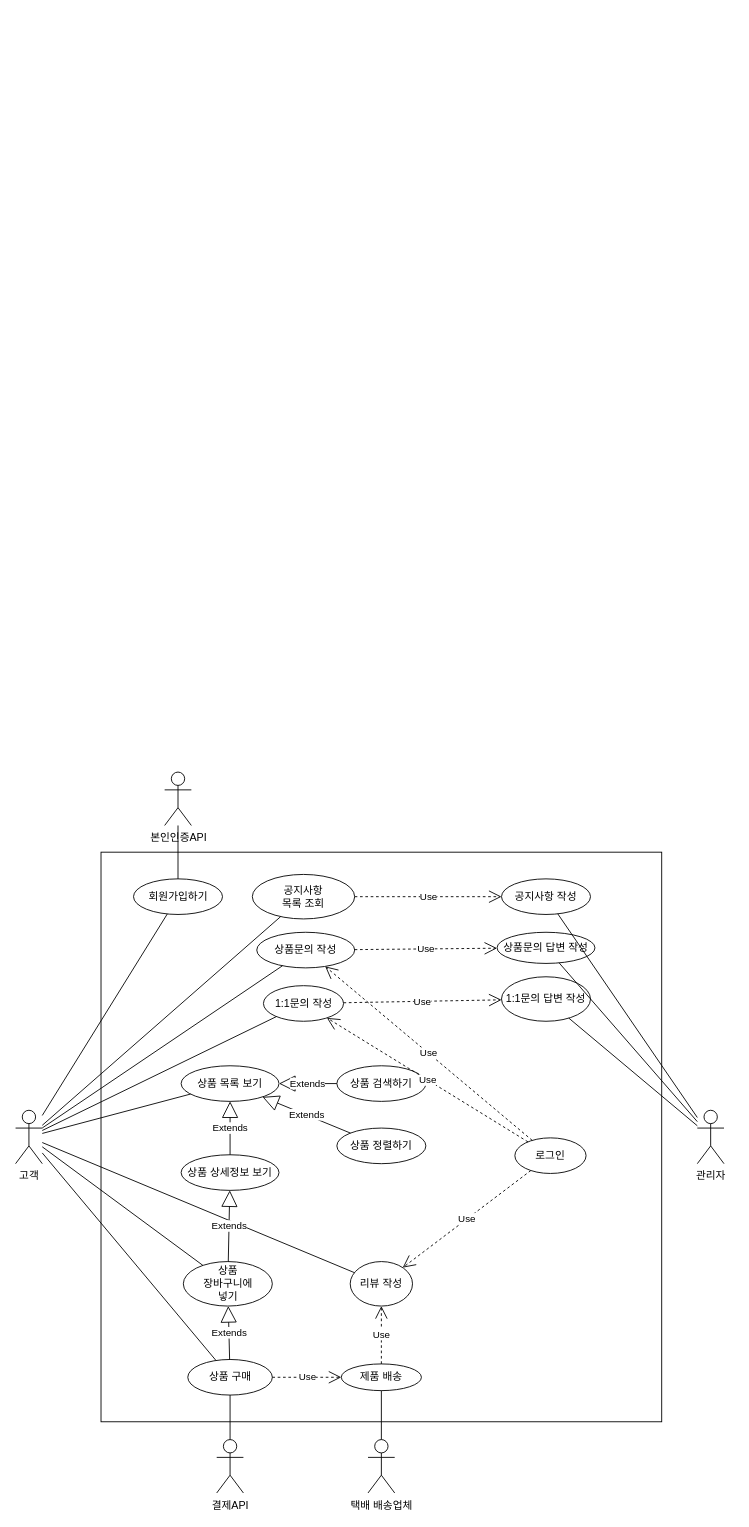
ostrichick/MaruProject keeps this draw.io diagram as 3.DB설계/유즈케이스 다이어그램.drawio. Above is the earlier version. Source tidied: cells renumbered, new cells numbered last; positions are measured from the earlier drawing's top-left corner, leaving out a move shared by most shapes. Both pictures are drawn from the tidied source at 89%, with x=0, y=0 at pixel (15, 772).
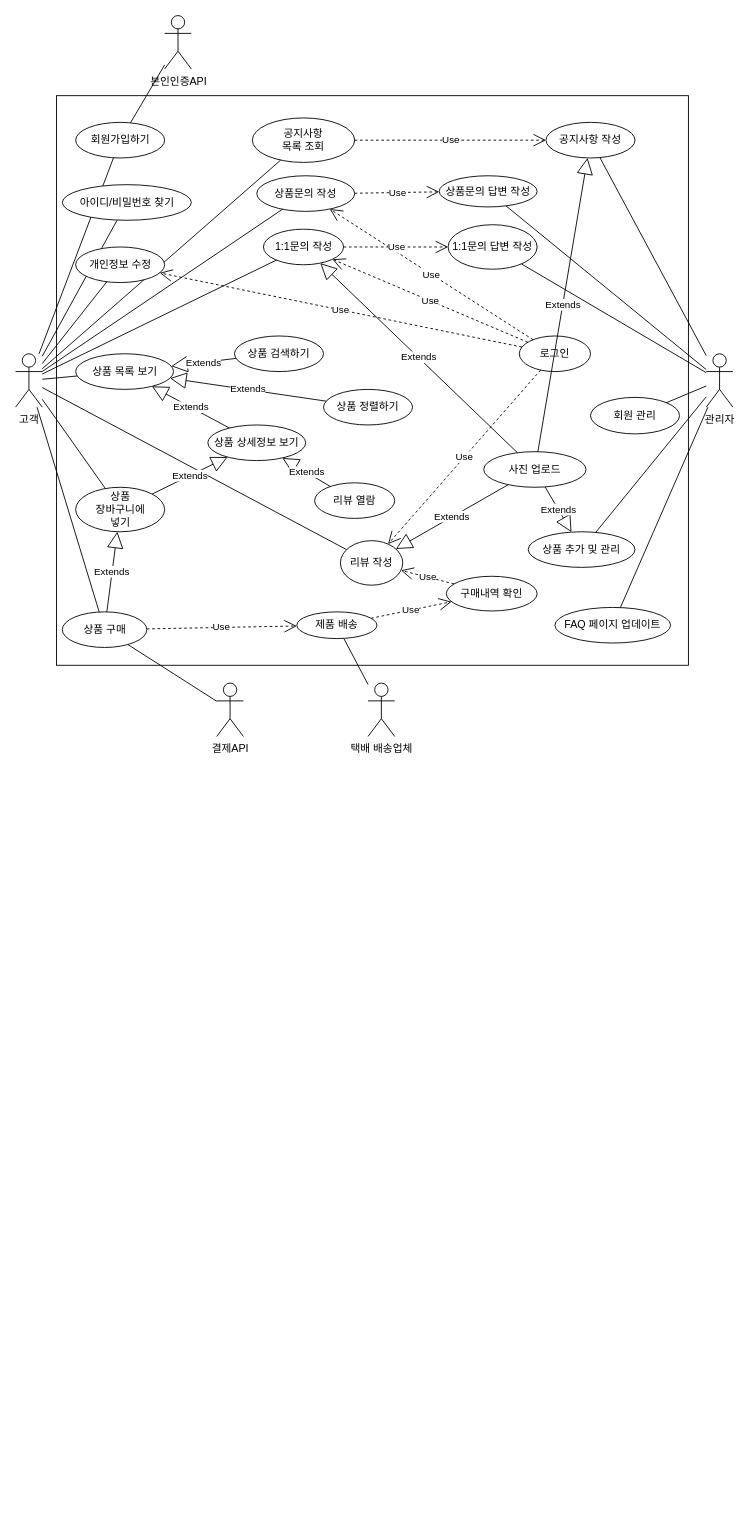
The same diagram, later.

Commit message:
유즈케이스 다이어그램.drawio 업데이트

What changed in the source:
```diff
@@
     <mxCell id="2" value="고객" style="shape=umlActor;verticalLabelPosition=bottom;verticalAlign=top;html=1;outlineConnect=0;" parent="1" vertex="1">
-      <mxGeometry y="380" width="30" height="60" as="geometry" />
+      <mxGeometry y="-470" width="30" height="60" as="geometry" />
     </mxCell>
     <mxCell id="3" value="관리자" style="shape=umlActor;verticalLabelPosition=bottom;verticalAlign=top;html=1;outlineConnect=0;" parent="1" vertex="1">
-      <mxGeometry x="766" y="380" width="30" height="60" as="geometry" />
+      <mxGeometry x="776" y="-470" width="30" height="60" as="geometry" />
     </mxCell>
     <mxCell id="4" value="결제API" style="shape=umlActor;verticalLabelPosition=bottom;verticalAlign=top;html=1;outlineConnect=0;" parent="1" vertex="1">
-      <mxGeometry x="226" y="750" width="30" height="60" as="geometry" />
+      <mxGeometry x="226" y="-100" width="30" height="60" as="geometry" />
     </mxCell>
     <mxCell id="5" value="본인인증API" style="shape=umlActor;verticalLabelPosition=bottom;verticalAlign=top;html=1;outlineConnect=0;" parent="1" vertex="1">
-      <mxGeometry x="167.5" width="30" height="60" as="geometry" />
+      <mxGeometry x="167.5" y="-850" width="30" height="60" as="geometry" />
     </mxCell>
     <mxCell id="6" style="rounded=0;whiteSpace=wrap;html=1;" parent="1" vertex="1">
-      <mxGeometry x="96" y="90" width="630" height="640" as="geometry" />
+      <mxGeometry x="46" y="-760" width="710" height="640" as="geometry" />
     </mxCell>
     <mxCell id="7" value="상품 상세정보 보기" style="ellipse;whiteSpace=wrap;html=1;" parent="1" vertex="1">
-      <mxGeometry x="186" y="430" width="110" height="40" as="geometry" />
+      <mxGeometry x="216" y="-390" width="110" height="40" as="geometry" />
     </mxCell>
     <mxCell id="8" value="상품 검색하기" style="ellipse;whiteSpace=wrap;html=1;" parent="1" vertex="1">
-      <mxGeometry x="361" y="330" width="100" height="40" as="geometry" />
+      <mxGeometry x="246" y="-490" width="100" height="40" as="geometry" />
     </mxCell>
     <mxCell id="9" value="상품 정렬하기" style="ellipse;whiteSpace=wrap;html=1;" parent="1" vertex="1">
-      <mxGeometry x="361" y="400" width="100" height="40" as="geometry" />
+      <mxGeometry x="346" y="-430" width="100" height="40" as="geometry" />
     </mxCell>
     <mxCell id="10" value="상품&lt;br&gt;장바구니에&lt;br&gt;넣기" style="ellipse;whiteSpace=wrap;html=1;" parent="1" vertex="1">
-      <mxGeometry x="188.5" y="550" width="100" height="50" as="geometry" />
+      <mxGeometry x="67.5" y="-320" width="100" height="50" as="geometry" />
     </mxCell>
     <mxCell id="11" value="회원가입하기" style="ellipse;whiteSpace=wrap;html=1;" parent="1" vertex="1">
-      <mxGeometry x="132.5" y="120" width="100" height="40" as="geometry" />
+      <mxGeometry x="67.5" y="-730" width="100" height="40" as="geometry" />
     </mxCell>
     <mxCell id="12" value="로그인" style="ellipse;whiteSpace=wrap;html=1;" parent="1" vertex="1">
-      <mxGeometry x="561" y="411" width="80" height="40" as="geometry" />
+      <mxGeometry x="566" y="-490" width="80" height="40" as="geometry" />
     </mxCell>
@@
     <mxCell id="15" value="상품 구매" style="ellipse;whiteSpace=wrap;html=1;" parent="1" vertex="1">
-      <mxGeometry x="193.5" y="660" width="95" height="40" as="geometry" />
+      <mxGeometry x="52.5" y="-180" width="95" height="40" as="geometry" />
     </mxCell>
@@
     <mxCell id="17" value="공지사항 작성" style="ellipse;whiteSpace=wrap;html=1;" parent="1" vertex="1">
-      <mxGeometry x="546" y="120" width="100" height="40" as="geometry" />
+      <mxGeometry x="596" y="-730" width="100" height="40" as="geometry" />
     </mxCell>
     <mxCell id="18" value="리뷰 작성" style="ellipse;whiteSpace=wrap;html=1;" parent="1" vertex="1">
-      <mxGeometry x="376" y="550" width="70" height="50" as="geometry" />
+      <mxGeometry x="365" y="-260" width="70" height="50" as="geometry" />
     </mxCell>
     <mxCell id="19" value="상품문의 작성" style="ellipse;whiteSpace=wrap;html=1;" parent="1" vertex="1">
-      <mxGeometry x="271" y="180" width="110" height="40" as="geometry" />
+      <mxGeometry x="271" y="-670" width="110" height="40" as="geometry" />
     </mxCell>
     <mxCell id="20" value="1:1문의 작성" style="ellipse;whiteSpace=wrap;html=1;" parent="1" vertex="1">
-      <mxGeometry x="278.5" y="240" width="90" height="40" as="geometry" />
+      <mxGeometry x="278.5" y="-610" width="90" height="40" as="geometry" />
     </mxCell>
     <mxCell id="21" value="상품문의 답변 작성" style="ellipse;whiteSpace=wrap;html=1;" parent="1" vertex="1">
-      <mxGeometry x="541" y="180" width="110" height="35" as="geometry" />
+      <mxGeometry x="476" y="-670" width="110" height="35" as="geometry" />
     </mxCell>
     <mxCell id="22" value="1:1문의 답변 작성" style="ellipse;whiteSpace=wrap;html=1;" parent="1" vertex="1">
-      <mxGeometry x="546" y="230" width="100" height="50" as="geometry" />
+      <mxGeometry x="486" y="-615" width="100" height="50" as="geometry" />
     </mxCell>
@@
     <mxCell id="30" value="상품 목록 보기" style="ellipse;whiteSpace=wrap;html=1;" parent="1" vertex="1">
-      <mxGeometry x="186" y="330" width="110" height="40" as="geometry" />
+      <mxGeometry x="67.5" y="-470" width="110" height="40" as="geometry" />
     </mxCell>
@@
-    <mxCell id="42" value="Use" style="endArrow=open;endSize=12;dashed=1;html=1;rounded=0;" parent="1" edge="1" source="46" target="18">
+    <mxCell id="42" value="Use" style="endArrow=open;endSize=12;dashed=1;html=1;rounded=0;" parent="1" edge="1" source="46" target="64">
       <mxGeometry relative="1" as="geometry" />
     </mxCell>
     <mxCell id="43" value="공지사항 &lt;br&gt;목록 조회" style="ellipse;whiteSpace=wrap;html=1;" parent="1" vertex="1">
-      <mxGeometry x="266" y="115" width="115" height="50" as="geometry" />
+      <mxGeometry x="266" y="-735" width="115" height="50" as="geometry" />
     </mxCell>
@@
     <mxCell id="46" value="제품 배송" style="ellipse;whiteSpace=wrap;html=1;" parent="1" vertex="1">
-      <mxGeometry x="366" y="665" width="90" height="30" as="geometry" />
+      <mxGeometry x="316" y="-180" width="90" height="30" as="geometry" />
     </mxCell>
@@
     <mxCell id="49" value="택배 배송업체" style="shape=umlActor;verticalLabelPosition=bottom;verticalAlign=top;html=1;" parent="1" vertex="1">
-      <mxGeometry x="396" y="750" width="30" height="60" as="geometry" />
+      <mxGeometry x="396" y="-100" width="30" height="60" as="geometry" />
     </mxCell>
@@
+    <mxCell id="51" value="아이디/비밀번호 찾기" style="ellipse;whiteSpace=wrap;html=1;" parent="1" vertex="1">
+      <mxGeometry x="52.5" y="-660" width="145" height="40" as="geometry" />
+    </mxCell>
+    <mxCell id="52" style="endArrow=none;html=1;rounded=0;" parent="1" edge="1" source="2" target="51">
+      <mxGeometry relative="1" as="geometry" />
+    </mxCell>
+    <mxCell id="53" value="리뷰 열람" style="ellipse;whiteSpace=wrap;html=1;" parent="1" vertex="1">
+      <mxGeometry x="336" y="-325" width="90" height="40" as="geometry" />
+    </mxCell>
+    <mxCell id="54" value="Extends" style="endArrow=block;endSize=16;endFill=0;html=1;rounded=0;" parent="1" edge="1" source="53" target="7">
+      <mxGeometry relative="1" as="geometry" />
+    </mxCell>
+    <mxCell id="55" value="개인정보 수정" style="ellipse;whiteSpace=wrap;html=1;" parent="1" vertex="1">
+      <mxGeometry x="67.5" y="-590" width="100" height="40" as="geometry" />
+    </mxCell>
+    <mxCell id="56" style="endArrow=none;html=1;rounded=0;" parent="1" edge="1" source="2" target="55">
+      <mxGeometry relative="1" as="geometry" />
+    </mxCell>
+    <mxCell id="57" value="Use" style="endArrow=open;endSize=12;dashed=1;html=1;rounded=0;" parent="1" edge="1" source="12" target="55">
+      <mxGeometry relative="1" as="geometry" />
+    </mxCell>
+    <mxCell id="58" value="사진 업로드" style="ellipse;whiteSpace=wrap;html=1;" parent="1" vertex="1">
+      <mxGeometry x="526" y="-360" width="115" height="40" as="geometry" />
+    </mxCell>
+    <mxCell id="59" value="Extends" style="endArrow=block;endSize=16;endFill=0;html=1;rounded=0;" parent="1" edge="1" source="58" target="20">
+      <mxGeometry relative="1" as="geometry" />
+    </mxCell>
+    <mxCell id="60" value="Extends" style="endArrow=block;endSize=16;endFill=0;html=1;rounded=0;" parent="1" edge="1" source="58" target="18">
+      <mxGeometry relative="1" as="geometry" />
+    </mxCell>
+    <mxCell id="61" value="Extends" style="endArrow=block;endSize=16;endFill=0;html=1;rounded=0;" parent="1" edge="1" source="58" target="17">
+      <mxGeometry relative="1" as="geometry" />
+    </mxCell>
+    <mxCell id="62" value="FAQ 페이지 업데이트" style="ellipse;whiteSpace=wrap;html=1;" parent="1" vertex="1">
+      <mxGeometry x="606" y="-185" width="130" height="40" as="geometry" />
+    </mxCell>
+    <mxCell id="63" style="endArrow=none;html=1;rounded=0;" parent="1" edge="1" source="62" target="3">
+      <mxGeometry relative="1" as="geometry" />
+    </mxCell>
+    <mxCell id="64" value="구매내역 확인" style="ellipse;whiteSpace=wrap;html=1;" parent="1" vertex="1">
+      <mxGeometry x="484" y="-220" width="102" height="39" as="geometry" />
+    </mxCell>
+    <mxCell id="65" value="Use" style="endArrow=open;endSize=12;dashed=1;html=1;rounded=0;" parent="1" edge="1" source="64" target="18">
+      <mxGeometry relative="1" as="geometry" />
+    </mxCell>
+    <mxCell id="66" value="회원 관리" style="ellipse;whiteSpace=wrap;html=1;" parent="1" vertex="1">
+      <mxGeometry x="646" y="-421" width="100" height="41" as="geometry" />
+    </mxCell>
+    <mxCell id="67" style="endArrow=none;html=1;rounded=0;" parent="1" edge="1" source="66" target="3">
+      <mxGeometry relative="1" as="geometry" />
+    </mxCell>
+    <mxCell id="68" value="상품 추가 및 관리" style="ellipse;whiteSpace=wrap;html=1;" parent="1" vertex="1">
+      <mxGeometry x="576" y="-270" width="120" height="40" as="geometry" />
+    </mxCell>
+    <mxCell id="69" style="endArrow=none;html=1;rounded=0;" parent="1" edge="1" source="68" target="3">
+      <mxGeometry relative="1" as="geometry" />
+    </mxCell>
+    <mxCell id="70" value="Extends" style="endArrow=block;endSize=16;endFill=0;html=1;rounded=0;" parent="1" edge="1" source="58" target="68">
+      <mxGeometry relative="1" as="geometry" />
+    </mxCell>
```
